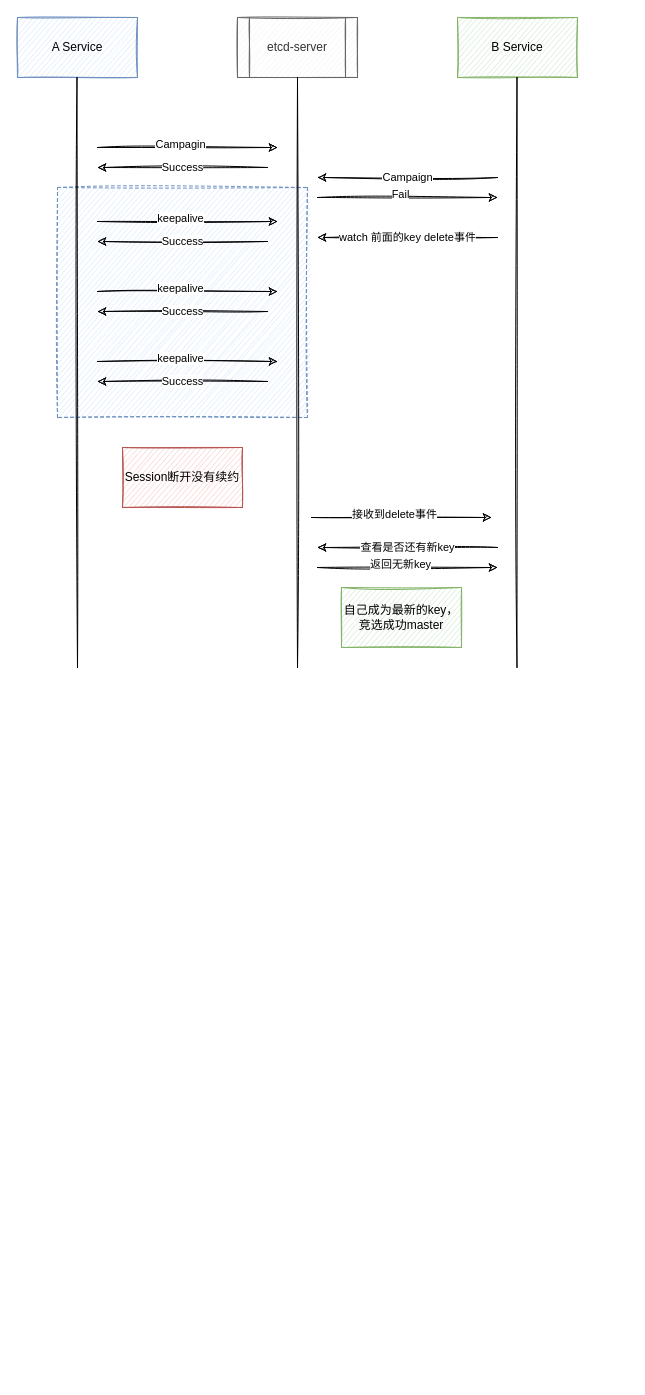
caijiatao/go-lib keeps this draw.io diagram as page "election" (3 of 3) of election_master/go-lib.drawio. Above is the earlier version. Source tidied: cells renumbered, new cells numbered last; positions are measured from the earlier drawing's top-left corner, leaving out a move shared by most shapes. Both pictures are drawn from the tidied source at 100%, with x=0, y=0 at pixel (17, 17).
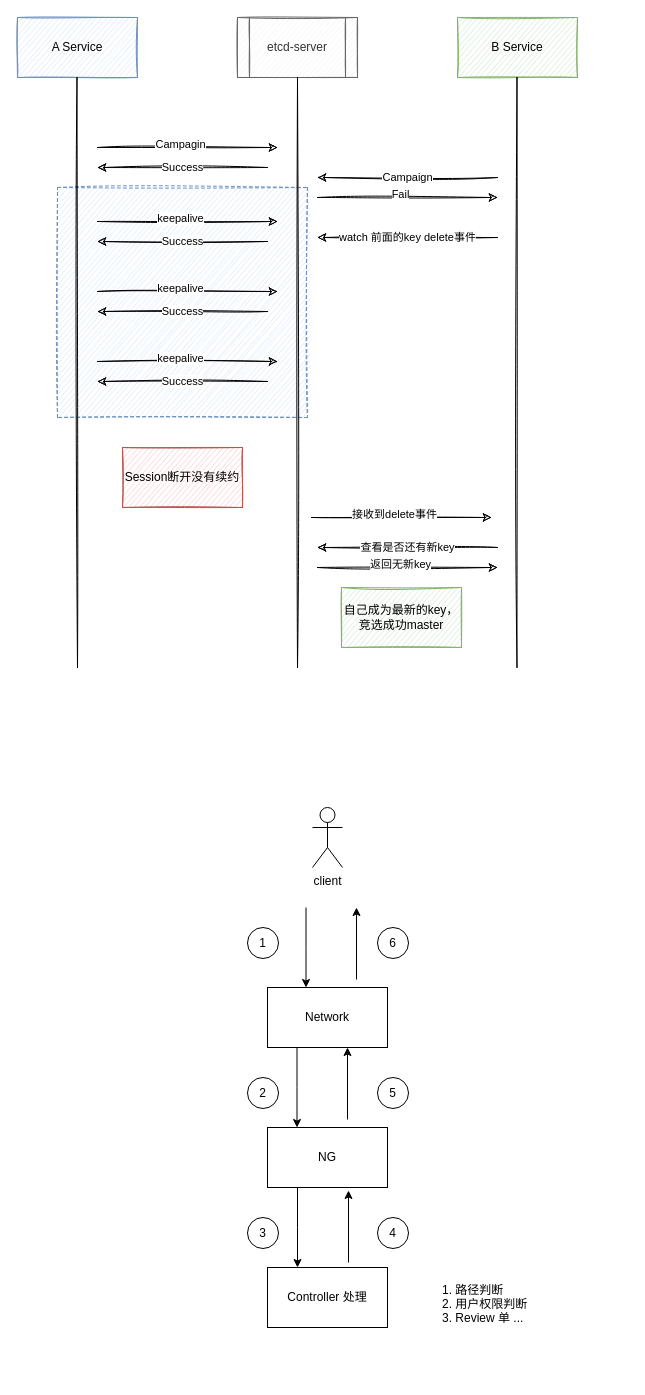
The same page after the edit.

The edit, as a diff of the source:
```diff
@@
+    <mxCell id="32" style="edgeStyle=orthogonalEdgeStyle;rounded=0;jettySize=auto;html=1;" parent="1" edge="1" source="33" target="35">
+      <mxGeometry relative="1" as="geometry">
+        <Array as="points">
+          <mxPoint x="280" y="1210" />
+          <mxPoint x="280" y="1210" />
+        </Array>
+      </mxGeometry>
+    </mxCell>
+    <mxCell id="33" value="NG" style="rounded=0;whiteSpace=wrap;html=1;" parent="1" vertex="1">
+      <mxGeometry x="250" y="1110" width="120" height="60" as="geometry" />
+    </mxCell>
+    <mxCell id="34" value="client" style="shape=umlActor;verticalLabelPosition=bottom;verticalAlign=top;html=1;" parent="1" vertex="1">
+      <mxGeometry x="295" y="790" width="30" height="60" as="geometry" />
+    </mxCell>
+    <mxCell id="35" value="Controller 处理" style="rounded=0;whiteSpace=wrap;html=1;" parent="1" vertex="1">
+      <mxGeometry x="250" y="1250" width="120" height="60" as="geometry" />
+    </mxCell>
+    <mxCell id="36" style="endArrow=classic;html=1;rounded=0;entryX=0.675;entryY=1.05;entryDx=0;entryDy=0;entryPerimeter=0;" parent="1" edge="1" target="33">
+      <mxGeometry relative="1" as="geometry">
+        <mxPoint x="331" y="1245" as="sourcePoint" />
+      </mxGeometry>
+    </mxCell>
+    <mxCell id="37" style="edgeStyle=orthogonalEdgeStyle;rounded=0;orthogonalLoop=1;jettySize=auto;html=1;" parent="1" edge="1">
+      <mxGeometry relative="1" as="geometry">
+        <mxPoint x="279.5" y="1030" as="sourcePoint" />
+        <mxPoint x="279.5" y="1110" as="targetPoint" />
+        <Array as="points">
+          <mxPoint x="279.5" y="1070" />
+          <mxPoint x="279.5" y="1070" />
+        </Array>
+      </mxGeometry>
+    </mxCell>
+    <mxCell id="38" style="endArrow=classic;html=1;rounded=0;entryX=0.675;entryY=1.05;entryDx=0;entryDy=0;entryPerimeter=0;" parent="1" edge="1">
+      <mxGeometry relative="1" as="geometry">
+        <mxPoint x="330" y="1102" as="sourcePoint" />
+        <mxPoint x="330" y="1030" as="targetPoint" />
+      </mxGeometry>
+    </mxCell>
+    <mxCell id="39" value="Network" style="rounded=0;whiteSpace=wrap;html=1;" parent="1" vertex="1">
+      <mxGeometry x="250" y="970" width="120" height="60" as="geometry" />
+    </mxCell>
+    <mxCell id="40" style="edgeStyle=orthogonalEdgeStyle;rounded=0;orthogonalLoop=1;jettySize=auto;html=1;" parent="1" edge="1">
+      <mxGeometry relative="1" as="geometry">
+        <mxPoint x="288.5" y="890" as="sourcePoint" />
+        <mxPoint x="288.5" y="970" as="targetPoint" />
+        <Array as="points">
+          <mxPoint x="288.5" y="930" />
+          <mxPoint x="288.5" y="930" />
+        </Array>
+      </mxGeometry>
+    </mxCell>
+    <mxCell id="41" style="endArrow=classic;html=1;rounded=0;entryX=0.675;entryY=1.05;entryDx=0;entryDy=0;entryPerimeter=0;" parent="1" edge="1">
+      <mxGeometry relative="1" as="geometry">
+        <mxPoint x="339" y="962" as="sourcePoint" />
+        <mxPoint x="339" y="890" as="targetPoint" />
+      </mxGeometry>
+    </mxCell>
+    <mxCell id="42" value="1" style="ellipse;whiteSpace=wrap;html=1;" parent="1" vertex="1">
+      <mxGeometry x="230" y="910" width="31" height="31" as="geometry" />
+    </mxCell>
+    <mxCell id="43" value="2" style="ellipse;whiteSpace=wrap;html=1;" parent="1" vertex="1">
+      <mxGeometry x="230" y="1060" width="31" height="31" as="geometry" />
+    </mxCell>
+    <mxCell id="44" value="3" style="ellipse;whiteSpace=wrap;html=1;" parent="1" vertex="1">
+      <mxGeometry x="230" y="1200" width="31" height="31" as="geometry" />
+    </mxCell>
+    <mxCell id="45" value="6" style="ellipse;whiteSpace=wrap;html=1;" parent="1" vertex="1">
+      <mxGeometry x="360" y="910" width="31" height="31" as="geometry" />
+    </mxCell>
+    <mxCell id="46" value="5" style="ellipse;whiteSpace=wrap;html=1;" parent="1" vertex="1">
+      <mxGeometry x="360" y="1060" width="31" height="31" as="geometry" />
+    </mxCell>
+    <mxCell id="47" value="4" style="ellipse;whiteSpace=wrap;html=1;" parent="1" vertex="1">
+      <mxGeometry x="360" y="1200" width="31" height="31" as="geometry" />
+    </mxCell>
+    <mxCell id="48" value="&lt;h1 style=&quot;font-size: 14px;&quot;&gt;&lt;br&gt;&lt;/h1&gt;&lt;div&gt;1. 路径判断&lt;/div&gt;&lt;div&gt;2. 用户权限判断&lt;/div&gt;&lt;div&gt;3. Review 单 ...&lt;/div&gt;" style="text;html=1;strokeColor=none;fillColor=none;spacing=5;spacingTop=-20;whiteSpace=wrap;overflow=hidden;rounded=0;" parent="1" vertex="1">
+      <mxGeometry x="420" y="1240" width="190" height="120" as="geometry" />
+    </mxCell>
```
